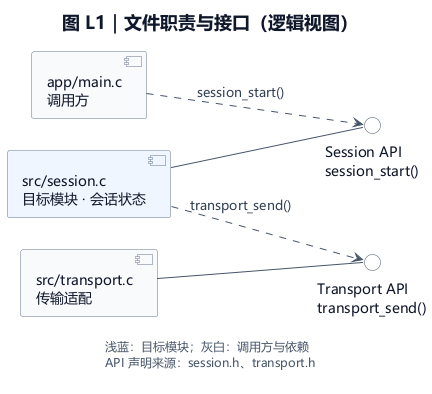
The PlantUML diagram docs/images/logic-view.png in chao-shu/c-code-design-doc, before a commit. The source it was exported from:
```plantuml
@startuml
skinparam backgroundColor #FFFFFF
skinparam shadowing false
skinparam defaultFontName "Microsoft YaHei"
skinparam defaultFontSize 14
skinparam defaultFontColor #0F172A
skinparam titleFontColor #0F172A
skinparam titleFontSize 18
skinparam ArrowColor #475569
skinparam ArrowFontColor #334155
skinparam ArrowFontSize 13
skinparam ArrowThickness 1
skinparam NoteBackgroundColor #F8FAFC
skinparam NoteBorderColor #CBD5E1
skinparam NoteFontColor #475569
skinparam NoteFontSize 13
skinparam LegendBackgroundColor #FFFFFF
skinparam LegendBorderColor #FFFFFF
skinparam LegendFontColor #475569
skinparam LegendFontSize 12
skinparam componentStyle uml2
skinparam componentBackgroundColor #F8FAFC
skinparam componentBorderColor #64748B
skinparam interfaceBackgroundColor #FFFFFF
skinparam interfaceBorderColor #475569
skinparam nodesep 32
skinparam ranksep 36
title 图 L1｜文件职责与接口（逻辑视图）
left to right direction
component "app/main.c\n调用方" as M_APP
component "src/session.c\n目标模块 · 会话状态" as M_SESSION #EFF6FF
interface "Session API\nsession_start()" as I_SESSION
interface "Transport API\ntransport_send()" as I_TRANSPORT
component "src/transport.c\n传输适配" as M_TRANSPORT
M_APP ..> I_SESSION : session_start()
M_SESSION -- I_SESSION
M_SESSION ..> I_TRANSPORT : transport_send()
M_TRANSPORT -- I_TRANSPORT
legend bottom
浅蓝：目标模块；灰白：调用方与依赖
API 声明来源：session.h、transport.h
endlegend
@enduml
```
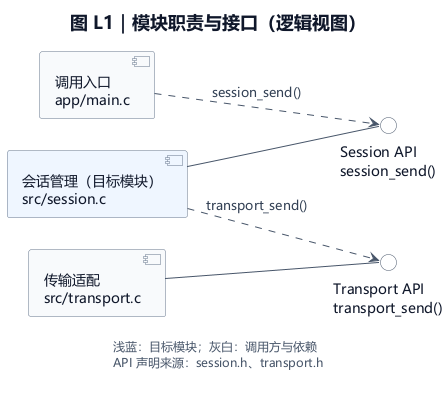
The same file after the commit.

Commit message:
Clarify UML semantics and 4+1 mappings; review and refresh diagram examples

Change to the diagram source:
```diff
@@ -25,14 +25,14 @@
 skinparam interfaceBorderColor #475569
 skinparam nodesep 32
 skinparam ranksep 36
-title 图 L1｜文件职责与接口（逻辑视图）
+title 图 L1｜模块职责与接口（逻辑视图）
 left to right direction
-component "app/main.c\n调用方" as M_APP
-component "src/session.c\n目标模块 · 会话状态" as M_SESSION #EFF6FF
-interface "Session API\nsession_start()" as I_SESSION
+component "调用入口\napp/main.c" as M_APP
+component "会话管理（目标模块）\nsrc/session.c" as M_SESSION #EFF6FF
+interface "Session API\nsession_send()" as I_SESSION
 interface "Transport API\ntransport_send()" as I_TRANSPORT
-component "src/transport.c\n传输适配" as M_TRANSPORT
-M_APP ..> I_SESSION : session_start()
+component "传输适配\nsrc/transport.c" as M_TRANSPORT
+M_APP ..> I_SESSION : session_send()
 M_SESSION -- I_SESSION
 M_SESSION ..> I_TRANSPORT : transport_send()
 M_TRANSPORT -- I_TRANSPORT
```
